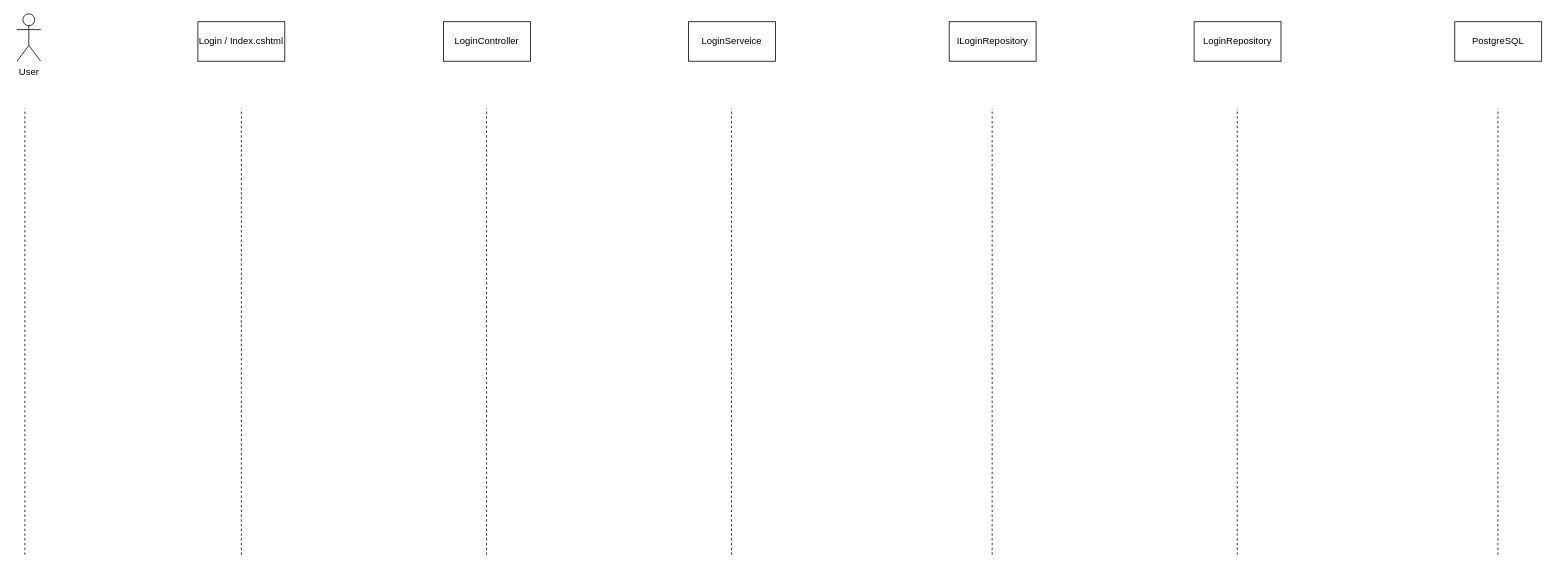
This is page "login" (2 of 3) of docs/sequence2.dio from ogurayudai/EmployeeManagement_OguraYudai, a draw.io file, before an edit. Source tidied: cells renumbered, new cells numbered last; positions are measured from the earlier drawing's top-left corner, leaving out a move shared by most shapes. Both pictures are drawn from the tidied source at 79%, with x=0, y=0 at pixel (17, 13).
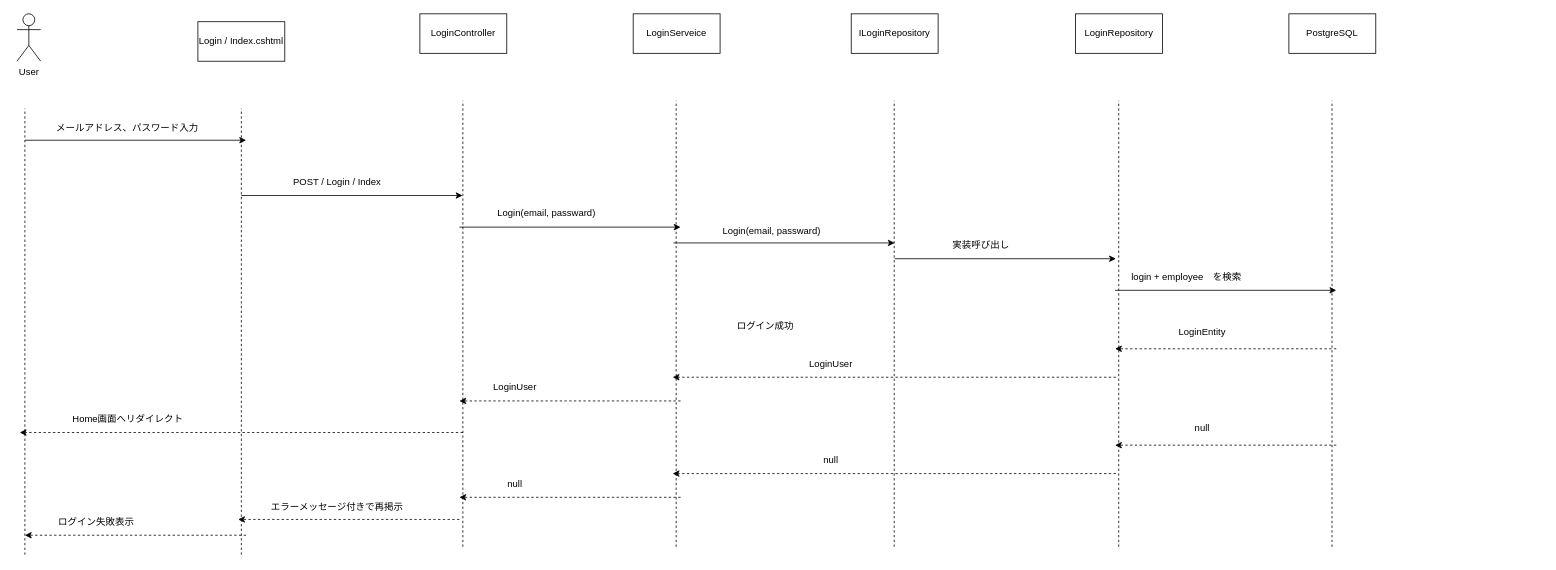
Above is the later version.

The edit, as a diff of the source:
```diff
@@
     <mxCell id="4" value="LoginController" style="html=1;whiteSpace=wrap;" parent="1" vertex="1">
-      <mxGeometry x="540" y="10" width="110" height="50" as="geometry" />
+      <mxGeometry x="510" width="110" height="50" as="geometry" />
     </mxCell>
     <mxCell id="5" value="LoginServeice" style="html=1;whiteSpace=wrap;" parent="1" vertex="1">
-      <mxGeometry x="850" y="10" width="110" height="50" as="geometry" />
+      <mxGeometry x="780" width="110" height="50" as="geometry" />
     </mxCell>
     <mxCell id="6" value="ILoginRepository" style="html=1;whiteSpace=wrap;" parent="1" vertex="1">
-      <mxGeometry x="1180" y="10" width="110" height="50" as="geometry" />
+      <mxGeometry x="1056" width="110" height="50" as="geometry" />
     </mxCell>
     <mxCell id="7" value="LoginRepository" style="html=1;whiteSpace=wrap;" parent="1" vertex="1">
-      <mxGeometry x="1490" y="10" width="110" height="50" as="geometry" />
+      <mxGeometry x="1340" width="110" height="50" as="geometry" />
     </mxCell>
     <mxCell id="8" value="PostgreSQL" style="html=1;whiteSpace=wrap;" parent="1" vertex="1">
-      <mxGeometry x="1820" y="10" width="110" height="50" as="geometry" />
+      <mxGeometry x="1610" width="110" height="50" as="geometry" />
     </mxCell>
-    <mxCell id="9" style="endArrow=none;dashed=1;html=1;" parent="1" edge="1">
-      <mxGeometry relative="1" as="geometry">
-        <mxPoint x="10" y="684.7" as="sourcePoint" />
-        <mxPoint x="10" y="120" as="targetPoint" />
-      </mxGeometry>
-    </mxCell>
-    <mxCell id="10" style="endArrow=none;dashed=1;html=1;" parent="1" edge="1">
-      <mxGeometry relative="1" as="geometry">
-        <mxPoint x="284" y="684.7" as="sourcePoint" />
-        <mxPoint x="284" y="120" as="targetPoint" />
-      </mxGeometry>
-    </mxCell>
-    <mxCell id="11" style="endArrow=none;dashed=1;html=1;" parent="1" edge="1">
-      <mxGeometry relative="1" as="geometry">
-        <mxPoint x="1544.6" y="684.7" as="sourcePoint" />
-        <mxPoint x="1544.6" y="120" as="targetPoint" />
-      </mxGeometry>
-    </mxCell>
-    <mxCell id="12" style="endArrow=none;dashed=1;html=1;" parent="1" edge="1">
-      <mxGeometry relative="1" as="geometry">
-        <mxPoint x="1234.4" y="684.7" as="sourcePoint" />
-        <mxPoint x="1234.4" y="120" as="targetPoint" />
-      </mxGeometry>
-    </mxCell>
-    <mxCell id="13" style="endArrow=none;dashed=1;html=1;" parent="1" edge="1">
-      <mxGeometry relative="1" as="geometry">
-        <mxPoint x="904.4" y="684.7" as="sourcePoint" />
-        <mxPoint x="904.4" y="120" as="targetPoint" />
-      </mxGeometry>
-    </mxCell>
-    <mxCell id="14" style="endArrow=none;dashed=1;html=1;" parent="1" edge="1">
-      <mxGeometry relative="1" as="geometry">
-        <mxPoint x="594.4" y="684.7" as="sourcePoint" />
-        <mxPoint x="594.4" y="120" as="targetPoint" />
-      </mxGeometry>
-    </mxCell>
-    <mxCell id="15" style="endArrow=none;dashed=1;html=1;" parent="1" edge="1">
-      <mxGeometry relative="1" as="geometry">
-        <mxPoint x="1874.6" y="684.7" as="sourcePoint" />
-        <mxPoint x="1874.6" y="120" as="targetPoint" />
-      </mxGeometry>
-    </mxCell>
+    <mxCell id="16" style="endArrow=none;dashed=1;html=1;" parent="1" edge="1">
+      <mxGeometry relative="1" as="geometry">
+        <mxPoint x="10" y="684.7" as="sourcePoint" />
+        <mxPoint x="10" y="120" as="targetPoint" />
+      </mxGeometry>
+    </mxCell>
+    <mxCell id="17" style="endArrow=none;dashed=1;html=1;" parent="1" edge="1">
+      <mxGeometry relative="1" as="geometry">
+        <mxPoint x="284" y="684.7" as="sourcePoint" />
+        <mxPoint x="284" y="120" as="targetPoint" />
+      </mxGeometry>
+    </mxCell>
+    <mxCell id="18" style="endArrow=none;dashed=1;html=1;" parent="1" edge="1">
+      <mxGeometry relative="1" as="geometry">
+        <mxPoint x="1394.6" y="674.7" as="sourcePoint" />
+        <mxPoint x="1394.6" y="110" as="targetPoint" />
+      </mxGeometry>
+    </mxCell>
+    <mxCell id="19" style="endArrow=none;dashed=1;html=1;" parent="1" edge="1">
+      <mxGeometry relative="1" as="geometry">
+        <mxPoint x="1110.4" y="674.7" as="sourcePoint" />
+        <mxPoint x="1110.4" y="110" as="targetPoint" />
+      </mxGeometry>
+    </mxCell>
+    <mxCell id="20" style="endArrow=none;dashed=1;html=1;" parent="1" edge="1">
+      <mxGeometry relative="1" as="geometry">
+        <mxPoint x="834.4" y="674.7" as="sourcePoint" />
+        <mxPoint x="834.4" y="110" as="targetPoint" />
+      </mxGeometry>
+    </mxCell>
+    <mxCell id="21" style="endArrow=none;dashed=1;html=1;" parent="1" edge="1">
+      <mxGeometry relative="1" as="geometry">
+        <mxPoint x="564.4" y="674.7" as="sourcePoint" />
+        <mxPoint x="564.4" y="110" as="targetPoint" />
+      </mxGeometry>
+    </mxCell>
+    <mxCell id="22" style="endArrow=none;dashed=1;html=1;" parent="1" edge="1">
+      <mxGeometry relative="1" as="geometry">
+        <mxPoint x="1664.6" y="674.7" as="sourcePoint" />
+        <mxPoint x="1664.6" y="110" as="targetPoint" />
+      </mxGeometry>
+    </mxCell>
+    <mxCell id="23" style="endArrow=classic;html=1;" parent="1" edge="1">
+      <mxGeometry relative="1" as="geometry">
+        <mxPoint x="10" y="160" as="sourcePoint" />
+        <mxPoint x="290" y="160" as="targetPoint" />
+      </mxGeometry>
+    </mxCell>
+    <mxCell id="24" value="メールアドレス、パスワード入力" style="text;html=1;align=center;verticalAlign=middle;whiteSpace=wrap;rounded=0;" parent="1" vertex="1">
+      <mxGeometry x="10" y="130" width="260" height="30" as="geometry" />
+    </mxCell>
+    <mxCell id="25" style="endArrow=classic;html=1;" parent="1" edge="1">
+      <mxGeometry relative="1" as="geometry">
+        <mxPoint x="284" y="230" as="sourcePoint" />
+        <mxPoint x="564" y="230" as="targetPoint" />
+      </mxGeometry>
+    </mxCell>
+    <mxCell id="26" style="endArrow=classic;html=1;" parent="1" edge="1">
+      <mxGeometry relative="1" as="geometry">
+        <mxPoint x="560" y="270" as="sourcePoint" />
+        <mxPoint x="840" y="270" as="targetPoint" />
+      </mxGeometry>
+    </mxCell>
+    <mxCell id="27" style="endArrow=classic;html=1;" parent="1" edge="1">
+      <mxGeometry relative="1" as="geometry">
+        <mxPoint x="831" y="290" as="sourcePoint" />
+        <mxPoint x="1111" y="290" as="targetPoint" />
+      </mxGeometry>
+    </mxCell>
+    <mxCell id="28" style="endArrow=classic;html=1;" parent="1" edge="1">
+      <mxGeometry relative="1" as="geometry">
+        <mxPoint x="1111" y="310" as="sourcePoint" />
+        <mxPoint x="1391" y="310" as="targetPoint" />
+      </mxGeometry>
+    </mxCell>
+    <mxCell id="29" style="endArrow=classic;html=1;" parent="1" edge="1">
+      <mxGeometry relative="1" as="geometry">
+        <mxPoint x="1390" y="350" as="sourcePoint" />
+        <mxPoint x="1670" y="350" as="targetPoint" />
+      </mxGeometry>
+    </mxCell>
+    <mxCell id="30" value="POST / Login / Index" style="text;html=1;align=center;verticalAlign=middle;strokeColor=none;fillColor=none;" parent="1" vertex="1">
+      <mxGeometry x="340" y="198" width="130" height="30" as="geometry" />
+    </mxCell>
+    <mxCell id="31" value="Login(email, passward)" style="text;html=1;align=center;verticalAlign=middle;strokeColor=none;fillColor=none;" parent="1" vertex="1">
+      <mxGeometry x="595" y="238" width="150" height="30" as="geometry" />
+    </mxCell>
+    <mxCell id="32" value="Login(email, passward)" style="text;html=1;align=center;verticalAlign=middle;strokeColor=none;fillColor=none;" parent="1" vertex="1">
+      <mxGeometry x="880" y="260" width="150" height="30" as="geometry" />
+    </mxCell>
+    <mxCell id="33" value="実装呼び出し" style="text;html=1;align=center;verticalAlign=middle;strokeColor=none;fillColor=none;" parent="1" vertex="1">
+      <mxGeometry x="1170" y="278" width="100" height="30" as="geometry" />
+    </mxCell>
+    <mxCell id="34" value="login + employee　を検索" style="text;html=1;align=center;verticalAlign=middle;strokeColor=none;fillColor=none;" parent="1" vertex="1">
+      <mxGeometry x="1400" y="318" width="160" height="30" as="geometry" />
+    </mxCell>
+    <mxCell id="35" style="endArrow=classic;html=1;dashed=1;" parent="1" edge="1">
+      <mxGeometry relative="1" as="geometry">
+        <mxPoint x="1670" y="424" as="sourcePoint" />
+        <mxPoint x="1390" y="424" as="targetPoint" />
+      </mxGeometry>
+    </mxCell>
+    <mxCell id="36" value="ログイン成功" style="text;html=1;align=center;verticalAlign=middle;whiteSpace=wrap;rounded=0;" parent="1" vertex="1">
+      <mxGeometry x="890" y="380" width="115" height="30" as="geometry" />
+    </mxCell>
+    <mxCell id="37" value="LoginEntity" style="text;html=1;align=center;verticalAlign=middle;strokeColor=none;fillColor=none;" parent="1" vertex="1">
+      <mxGeometry x="1460" y="388" width="80" height="30" as="geometry" />
+    </mxCell>
+    <mxCell id="38" style="endArrow=classic;html=1;dashed=1;" parent="1" edge="1">
+      <mxGeometry relative="1" as="geometry">
+        <mxPoint x="1391" y="460" as="sourcePoint" />
+        <mxPoint x="830" y="460" as="targetPoint" />
+      </mxGeometry>
+    </mxCell>
+    <mxCell id="39" value="LoginUser" style="text;html=1;align=center;verticalAlign=middle;strokeColor=none;fillColor=none;" parent="1" vertex="1">
+      <mxGeometry x="990" y="428" width="80" height="30" as="geometry" />
+    </mxCell>
+    <mxCell id="40" style="endArrow=classic;html=1;dashed=1;" parent="1" edge="1">
+      <mxGeometry relative="1" as="geometry">
+        <mxPoint x="840" y="490" as="sourcePoint" />
+        <mxPoint x="560" y="490" as="targetPoint" />
+      </mxGeometry>
+    </mxCell>
+    <mxCell id="41" value="LoginUser" style="text;html=1;align=center;verticalAlign=middle;strokeColor=none;fillColor=none;" parent="1" vertex="1">
+      <mxGeometry x="590" y="458" width="80" height="30" as="geometry" />
+    </mxCell>
+    <mxCell id="42" style="endArrow=classic;html=1;dashed=1;" parent="1" edge="1">
+      <mxGeometry relative="1" as="geometry">
+        <mxPoint x="564.5" y="530" as="sourcePoint" />
+        <mxPoint x="3.5" y="530" as="targetPoint" />
+      </mxGeometry>
+    </mxCell>
+    <mxCell id="43" value="Home画面へリダイレクト" style="text;html=1;align=center;verticalAlign=middle;strokeColor=none;fillColor=none;" parent="1" vertex="1">
+      <mxGeometry x="60" y="498" width="160" height="30" as="geometry" />
+    </mxCell>
+    <mxCell id="44" style="endArrow=classic;html=1;dashed=1;" parent="1" edge="1">
+      <mxGeometry relative="1" as="geometry">
+        <mxPoint x="1670" y="546" as="sourcePoint" />
+        <mxPoint x="1390" y="546" as="targetPoint" />
+      </mxGeometry>
+    </mxCell>
+    <mxCell id="45" value="null" style="text;html=1;align=center;verticalAlign=middle;strokeColor=none;fillColor=none;" parent="1" vertex="1">
+      <mxGeometry x="1480" y="510" width="40" height="30" as="geometry" />
+    </mxCell>
+    <mxCell id="46" style="endArrow=classic;html=1;dashed=1;" parent="1" edge="1">
+      <mxGeometry relative="1" as="geometry">
+        <mxPoint x="1391" y="582" as="sourcePoint" />
+        <mxPoint x="830" y="582" as="targetPoint" />
+      </mxGeometry>
+    </mxCell>
+    <mxCell id="47" value="null" style="text;html=1;align=center;verticalAlign=middle;strokeColor=none;fillColor=none;" parent="1" vertex="1">
+      <mxGeometry x="1010" y="550" width="40" height="30" as="geometry" />
+    </mxCell>
+    <mxCell id="48" style="endArrow=classic;html=1;dashed=1;" parent="1" edge="1">
+      <mxGeometry relative="1" as="geometry">
+        <mxPoint x="840" y="612" as="sourcePoint" />
+        <mxPoint x="560" y="612" as="targetPoint" />
+      </mxGeometry>
+    </mxCell>
+    <mxCell id="49" value="null" style="text;html=1;align=center;verticalAlign=middle;strokeColor=none;fillColor=none;" parent="1" vertex="1">
+      <mxGeometry x="610" y="580" width="40" height="30" as="geometry" />
+    </mxCell>
+    <mxCell id="50" style="endArrow=classic;html=1;dashed=1;" parent="1" edge="1">
+      <mxGeometry relative="1" as="geometry">
+        <mxPoint x="560" y="640" as="sourcePoint" />
+        <mxPoint x="280" y="640" as="targetPoint" />
+      </mxGeometry>
+    </mxCell>
+    <mxCell id="51" style="endArrow=classic;html=1;dashed=1;" parent="1" edge="1">
+      <mxGeometry relative="1" as="geometry">
+        <mxPoint x="290" y="660" as="sourcePoint" />
+        <mxPoint x="10" y="660" as="targetPoint" />
+      </mxGeometry>
+    </mxCell>
+    <mxCell id="52" value="エラーメッセージ付きで再掲示" style="text;html=1;align=center;verticalAlign=middle;strokeColor=none;fillColor=none;" parent="1" vertex="1">
+      <mxGeometry x="310" y="610" width="190" height="30" as="geometry" />
+    </mxCell>
+    <mxCell id="53" value="ログイン失敗表示" style="text;html=1;align=center;verticalAlign=middle;strokeColor=none;fillColor=none;" parent="1" vertex="1">
+      <mxGeometry x="40" y="628" width="120" height="30" as="geometry" />
+    </mxCell>
```
